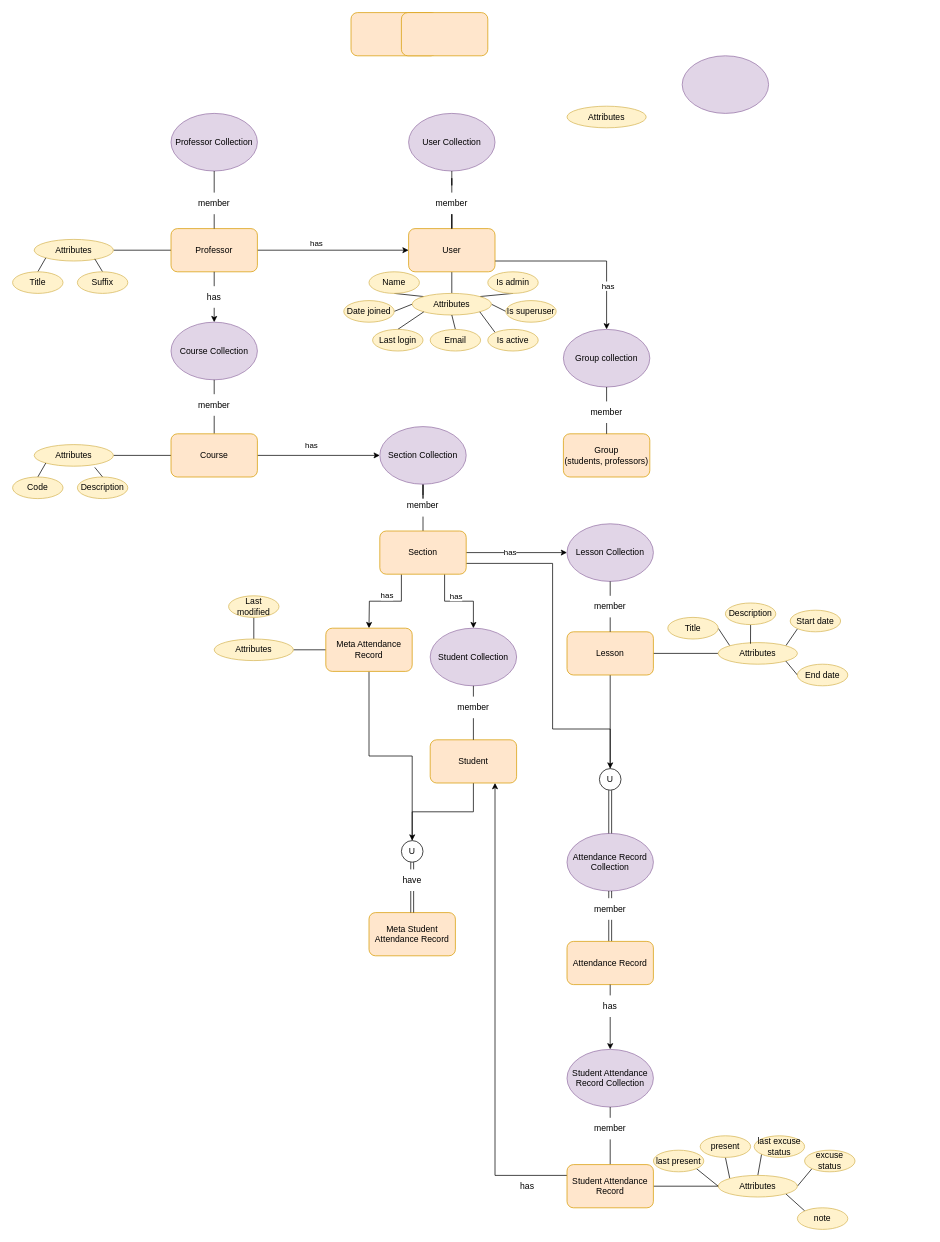
Earlier version of the draw.io diagram ClassManager_Ontology.drawio (haasr/ia-diagrams). Source tidied: cells renumbered, new cells numbered last; positions are measured from the earlier drawing's top-left corner, leaving out a move shared by most shapes. Both pictures are drawn from the tidied source at 72%, with x=0, y=0 at pixel (12, 12).
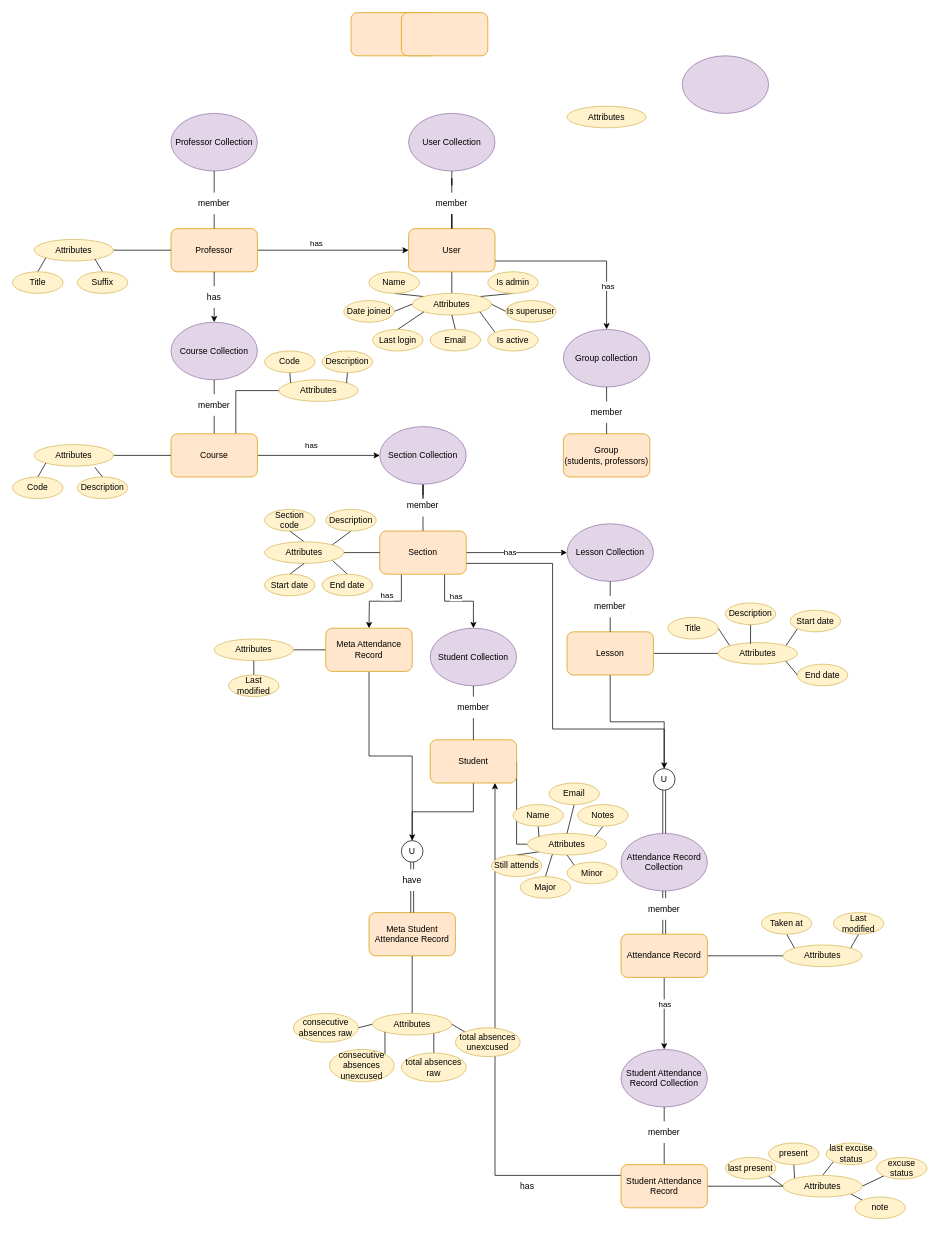
After the change.

The change refers to these unchanged cells:
```xml
<mxCell id="18" value="Course" style="rounded=1;whiteSpace=wrap;html=1;fillColor=#ffe6cc;strokeColor=#d79b00;" parent="1" vertex="1">
  <mxGeometry x="220" y="585" width="120" height="60" as="geometry" />
</mxCell>
<mxCell id="33" value="Section" style="rounded=1;whiteSpace=wrap;html=1;fillColor=#ffe6cc;strokeColor=#d79b00;" parent="1" vertex="1">
  <mxGeometry x="510" y="720" width="120" height="60" as="geometry" />
</mxCell>
<mxCell id="38" value="Meta Student Attendance Record" style="rounded=1;whiteSpace=wrap;html=1;fillColor=#ffe6cc;strokeColor=#d79b00;" parent="1" vertex="1">
  <mxGeometry x="495" y="1250" width="120" height="60" as="geometry" />
</mxCell>
<mxCell id="54" value="Student" style="rounded=1;whiteSpace=wrap;html=1;fillColor=#ffe6cc;strokeColor=#d79b00;" parent="1" vertex="1">
  <mxGeometry x="580" y="1010" width="120" height="60" as="geometry" />
</mxCell>
<mxCell id="102" value="Attributes" style="ellipse;whiteSpace=wrap;html=1;fillColor=#fff2cc;strokeColor=#d6b656;" parent="1" vertex="1">
  <mxGeometry x="280" y="870" width="110" height="30" as="geometry" />
</mxCell>
```

What changed in the source:
```diff
@@
+    <mxCell id="137" style="edgeStyle=orthogonalEdgeStyle;rounded=0;jettySize=auto;html=1;exitX=0.75;exitY=0;exitDx=0;exitDy=0;entryX=0;entryY=0.5;entryDx=0;entryDy=0;endArrow=none;endFill=0;" parent="1" edge="1" source="18" target="181">
+      <mxGeometry relative="1" as="geometry" />
+    </mxCell>
@@
+    <mxCell id="138" style="edgeStyle=orthogonalEdgeStyle;rounded=0;jettySize=auto;html=1;exitX=0.5;exitY=1;exitDx=0;exitDy=0;entryX=0.5;entryY=0;entryDx=0;entryDy=0;endArrow=none;endFill=0;" parent="1" edge="1" source="38" target="146">
+      <mxGeometry relative="1" as="geometry" />
+    </mxCell>
@@
     <mxCell id="46" value="Attendance Record Collection" style="ellipse;whiteSpace=wrap;html=1;fillColor=#e1d5e7;strokeColor=#9673a6;" parent="1" vertex="1">
-      <mxGeometry x="770" y="1140" width="120" height="80" as="geometry" />
+      <mxGeometry x="845" y="1140" width="120" height="80" as="geometry" />
     </mxCell>
@@
+    <mxCell id="139" style="edgeStyle=orthogonalEdgeStyle;rounded=0;jettySize=auto;html=1;exitX=1;exitY=0.5;exitDx=0;exitDy=0;entryX=0;entryY=0.5;entryDx=0;entryDy=0;endArrow=none;endFill=0;" parent="1" edge="1" source="54" target="154">
+      <mxGeometry relative="1" as="geometry">
+        <Array as="points">
+          <mxPoint x="700" y="1155" />
+        </Array>
+      </mxGeometry>
+    </mxCell>
@@
-    <mxCell id="101" style="edgeStyle=orthogonalEdgeStyle;rounded=0;jettySize=auto;html=1;exitX=0.5;exitY=0;exitDx=0;exitDy=0;entryX=0.5;entryY=1;entryDx=0;entryDy=0;endArrow=none;endFill=0;" parent="1" edge="1" source="102" target="103">
-      <mxGeometry relative="1" as="geometry" />
-    </mxCell>
@@
-    <mxCell id="103" value="Last modified" style="ellipse;whiteSpace=wrap;html=1;fillColor=#fff2cc;strokeColor=#d6b656;" parent="1" vertex="1">
-      <mxGeometry x="300" y="810" width="70" height="30" as="geometry" />
-    </mxCell>
@@
-    <mxCell id="110" style="edgeStyle=orthogonalEdgeStyle;rounded=0;jettySize=auto;html=1;exitX=0.5;exitY=1;exitDx=0;exitDy=0;entryX=0.5;entryY=0;entryDx=0;entryDy=0;startArrow=none;" parent="1" edge="1" source="119" target="117">
-      <mxGeometry relative="1" as="geometry" />
-    </mxCell>
+    <mxCell id="140" style="edgeStyle=orthogonalEdgeStyle;rounded=0;jettySize=auto;html=1;exitX=0.5;exitY=1;exitDx=0;exitDy=0;entryX=0.5;entryY=0;entryDx=0;entryDy=0;" parent="1" edge="1" source="111" target="117">
+      <mxGeometry relative="1" as="geometry" />
+    </mxCell>
+    <mxCell id="119" value="has" style="edgeLabel;html=1;align=center;verticalAlign=middle;points=[];" parent="140" vertex="1">
+      <mxGeometry x="-0.28" y="3" relative="1" as="geometry">
+        <mxPoint x="-3" as="offset" />
+      </mxGeometry>
+    </mxCell>
+    <mxCell id="141" style="edgeStyle=orthogonalEdgeStyle;rounded=0;jettySize=auto;html=1;exitX=1;exitY=0.5;exitDx=0;exitDy=0;entryX=0;entryY=0.5;entryDx=0;entryDy=0;endArrow=none;endFill=0;" parent="1" edge="1" source="111" target="166">
+      <mxGeometry relative="1" as="geometry" />
+    </mxCell>
     <mxCell id="111" value="Attendance Record" style="rounded=1;whiteSpace=wrap;html=1;fillColor=#ffe6cc;strokeColor=#d79b00;" parent="1" vertex="1">
-      <mxGeometry x="770" y="1290" width="120" height="60" as="geometry" />
+      <mxGeometry x="845" y="1280" width="120" height="60" as="geometry" />
     </mxCell>
@@
     <mxCell id="113" value="U" style="ellipse;whiteSpace=wrap;html=1;" parent="1" vertex="1">
-      <mxGeometry x="815" y="1050" width="30" height="30" as="geometry" />
+      <mxGeometry x="890" y="1050" width="30" height="30" as="geometry" />
     </mxCell>
@@
     <mxCell id="115" value="member" style="text;html=1;strokeColor=none;fillColor=none;align=center;verticalAlign=middle;whiteSpace=wrap;rounded=0;" parent="1" vertex="1">
-      <mxGeometry x="800" y="1230" width="60" height="30" as="geometry" />
+      <mxGeometry x="875" y="1230" width="60" height="30" as="geometry" />
     </mxCell>
@@
     <mxCell id="117" value="Student Attendance Record Collection" style="ellipse;whiteSpace=wrap;html=1;fillColor=#e1d5e7;strokeColor=#9673a6;" parent="1" vertex="1">
-      <mxGeometry x="770" y="1440" width="120" height="80" as="geometry" />
+      <mxGeometry x="845" y="1440" width="120" height="80" as="geometry" />
     </mxCell>
-    <mxCell id="118" style="edgeStyle=orthogonalEdgeStyle;rounded=0;jettySize=auto;html=1;exitX=0.5;exitY=1;exitDx=0;exitDy=0;entryX=0.5;entryY=0;entryDx=0;entryDy=0;endArrow=none;" parent="1" edge="1" source="111" target="119">
-      <mxGeometry relative="1" as="geometry" />
-    </mxCell>
-    <mxCell id="119" value="has" style="text;html=1;strokeColor=none;fillColor=none;align=center;verticalAlign=middle;whiteSpace=wrap;rounded=0;" parent="1" vertex="1">
-      <mxGeometry x="800" y="1365" width="60" height="30" as="geometry" />
-    </mxCell>
@@
     <mxCell id="122" value="Student Attendance Record" style="rounded=1;whiteSpace=wrap;html=1;fillColor=#ffe6cc;strokeColor=#d79b00;" parent="1" vertex="1">
-      <mxGeometry x="770" y="1600" width="120" height="60" as="geometry" />
+      <mxGeometry x="845" y="1600" width="120" height="60" as="geometry" />
     </mxCell>
-    <mxCell id="123" style="edgeStyle=orthogonalEdgeStyle;rounded=0;jettySize=auto;html=1;exitX=0.5;exitY=1;exitDx=0;exitDy=0;entryX=0.5;entryY=0;entryDx=0;entryDy=0;endArrow=none;endFill=0;" parent="1" edge="1" source="117" target="124">
-      <mxGeometry relative="1" as="geometry" />
-    </mxCell>
-    <mxCell id="124" value="member" style="text;html=1;strokeColor=none;fillColor=none;align=center;verticalAlign=middle;whiteSpace=wrap;rounded=0;" parent="1" vertex="1">
-      <mxGeometry x="800" y="1535" width="60" height="30" as="geometry" />
-    </mxCell>
@@
     <mxCell id="130" value="Attributes" style="ellipse;whiteSpace=wrap;html=1;fillColor=#fff2cc;strokeColor=#d6b656;" parent="1" vertex="1">
-      <mxGeometry x="980" y="1615" width="110" height="30" as="geometry" />
+      <mxGeometry x="1070" y="1615" width="110" height="30" as="geometry" />
     </mxCell>
     <mxCell id="131" value="present" style="ellipse;whiteSpace=wrap;html=1;fillColor=#fff2cc;strokeColor=#d6b656;" parent="1" vertex="1">
-      <mxGeometry x="955" y="1560" width="70" height="30" as="geometry" />
+      <mxGeometry x="1050" y="1570" width="70" height="30" as="geometry" />
     </mxCell>
     <mxCell id="132" value="last excuse status" style="ellipse;whiteSpace=wrap;html=1;fillColor=#fff2cc;strokeColor=#d6b656;" parent="1" vertex="1">
-      <mxGeometry x="1030" y="1560" width="70" height="30" as="geometry" />
+      <mxGeometry x="1130" y="1570" width="70" height="30" as="geometry" />
     </mxCell>
@@
     <mxCell id="134" value="last present" style="ellipse;whiteSpace=wrap;html=1;fillColor=#fff2cc;strokeColor=#d6b656;" parent="1" vertex="1">
-      <mxGeometry x="890" y="1580" width="70" height="30" as="geometry" />
+      <mxGeometry x="990" y="1590" width="70" height="30" as="geometry" />
     </mxCell>
     <mxCell id="135" value="excuse status" style="ellipse;whiteSpace=wrap;html=1;fillColor=#fff2cc;strokeColor=#d6b656;" parent="1" vertex="1">
-      <mxGeometry x="1100" y="1580" width="70" height="30" as="geometry" />
+      <mxGeometry x="1200" y="1590" width="70" height="30" as="geometry" />
     </mxCell>
     <mxCell id="136" value="note" style="ellipse;whiteSpace=wrap;html=1;fillColor=#fff2cc;strokeColor=#d6b656;" parent="1" vertex="1">
-      <mxGeometry x="1090" y="1660" width="70" height="30" as="geometry" />
+      <mxGeometry x="1170" y="1645" width="70" height="30" as="geometry" />
     </mxCell>
+    <mxCell id="142" style="rounded=0;jettySize=auto;html=1;exitX=0;exitY=0.5;exitDx=0;exitDy=0;entryX=1;entryY=0.5;entryDx=0;entryDy=0;endArrow=none;endFill=0;" parent="1" edge="1" source="146" target="148">
+      <mxGeometry relative="1" as="geometry" />
+    </mxCell>
+    <mxCell id="143" style="rounded=0;jettySize=auto;html=1;exitX=1;exitY=0.5;exitDx=0;exitDy=0;entryX=0;entryY=0;entryDx=0;entryDy=0;endArrow=none;endFill=0;" parent="1" edge="1" source="146" target="150">
+      <mxGeometry relative="1" as="geometry" />
+    </mxCell>
+    <mxCell id="144" style="edgeStyle=orthogonalEdgeStyle;rounded=0;jettySize=auto;html=1;exitX=0;exitY=1;exitDx=0;exitDy=0;entryX=1;entryY=0;entryDx=0;entryDy=0;endArrow=none;endFill=0;" parent="1" edge="1" source="146" target="147">
+      <mxGeometry relative="1" as="geometry" />
+    </mxCell>
+    <mxCell id="145" style="edgeStyle=orthogonalEdgeStyle;rounded=0;jettySize=auto;html=1;exitX=1;exitY=1;exitDx=0;exitDy=0;entryX=0.5;entryY=0;entryDx=0;entryDy=0;endArrow=none;endFill=0;" parent="1" edge="1" source="146" target="149">
+      <mxGeometry relative="1" as="geometry" />
+    </mxCell>
+    <mxCell id="146" value="Attributes" style="ellipse;whiteSpace=wrap;html=1;fillColor=#fff2cc;strokeColor=#d6b656;" parent="1" vertex="1">
+      <mxGeometry x="500" y="1390" width="110" height="30" as="geometry" />
+    </mxCell>
+    <mxCell id="147" value="consecutive absences unexcused" style="ellipse;whiteSpace=wrap;html=1;fillColor=#fff2cc;strokeColor=#d6b656;" parent="1" vertex="1">
+      <mxGeometry x="440" y="1440" width="90" height="45" as="geometry" />
+    </mxCell>
+    <mxCell id="148" value="consecutive absences raw" style="ellipse;whiteSpace=wrap;html=1;fillColor=#fff2cc;strokeColor=#d6b656;" parent="1" vertex="1">
+      <mxGeometry x="390" y="1390" width="90" height="40" as="geometry" />
+    </mxCell>
+    <mxCell id="149" value="total absences raw" style="ellipse;whiteSpace=wrap;html=1;fillColor=#fff2cc;strokeColor=#d6b656;" parent="1" vertex="1">
+      <mxGeometry x="540" y="1445" width="90" height="40" as="geometry" />
+    </mxCell>
+    <mxCell id="150" value="total absences unexcused" style="ellipse;whiteSpace=wrap;html=1;fillColor=#fff2cc;strokeColor=#d6b656;" parent="1" vertex="1">
+      <mxGeometry x="615" y="1410" width="90" height="40" as="geometry" />
+    </mxCell>
+    <mxCell id="123" style="edgeStyle=orthogonalEdgeStyle;rounded=0;jettySize=auto;html=1;exitX=0.5;exitY=1;exitDx=0;exitDy=0;entryX=0.5;entryY=0;entryDx=0;entryDy=0;endArrow=none;endFill=0;" parent="1" edge="1" source="117" target="124">
+      <mxGeometry relative="1" as="geometry" />
+    </mxCell>
+    <mxCell id="124" value="member" style="text;html=1;strokeColor=none;fillColor=none;align=center;verticalAlign=middle;whiteSpace=wrap;rounded=0;" parent="1" vertex="1">
+      <mxGeometry x="875" y="1540" width="60" height="30" as="geometry" />
+    </mxCell>
+    <mxCell id="151" style="rounded=0;jettySize=auto;html=1;exitX=1;exitY=0;exitDx=0;exitDy=0;entryX=0.5;entryY=1;entryDx=0;entryDy=0;endArrow=none;endFill=0;" parent="1" edge="1" source="154" target="160">
+      <mxGeometry relative="1" as="geometry" />
+    </mxCell>
+    <mxCell id="152" style="rounded=0;jettySize=auto;html=1;exitX=0;exitY=1;exitDx=0;exitDy=0;entryX=0.5;entryY=0;entryDx=0;entryDy=0;endArrow=none;endFill=0;" parent="1" edge="1" source="154" target="159">
+      <mxGeometry relative="1" as="geometry" />
+    </mxCell>
+    <mxCell id="153" style="rounded=0;jettySize=auto;html=1;exitX=0.5;exitY=1;exitDx=0;exitDy=0;entryX=0;entryY=0;entryDx=0;entryDy=0;endArrow=none;endFill=0;" parent="1" edge="1" source="154" target="163">
+      <mxGeometry relative="1" as="geometry" />
+    </mxCell>
+    <mxCell id="154" value="Attributes" style="ellipse;whiteSpace=wrap;html=1;fillColor=#fff2cc;strokeColor=#d6b656;" parent="1" vertex="1">
+      <mxGeometry x="715" y="1140" width="110" height="30" as="geometry" />
+    </mxCell>
+    <mxCell id="155" style="rounded=0;jettySize=auto;html=1;exitX=0.5;exitY=1;exitDx=0;exitDy=0;entryX=0;entryY=0;entryDx=0;entryDy=0;endArrow=none;endFill=0;" parent="1" edge="1" source="156" target="154">
+      <mxGeometry relative="1" as="geometry" />
+    </mxCell>
+    <mxCell id="156" value="Name" style="ellipse;whiteSpace=wrap;html=1;fillColor=#fff2cc;strokeColor=#d6b656;" parent="1" vertex="1">
+      <mxGeometry x="695" y="1100" width="70" height="30" as="geometry" />
+    </mxCell>
+    <mxCell id="157" style="rounded=0;jettySize=auto;html=1;exitX=0.5;exitY=1;exitDx=0;exitDy=0;entryX=0.5;entryY=0;entryDx=0;entryDy=0;endArrow=none;endFill=0;" parent="1" edge="1" source="158" target="154">
+      <mxGeometry relative="1" as="geometry" />
+    </mxCell>
+    <mxCell id="158" value="Email" style="ellipse;whiteSpace=wrap;html=1;fillColor=#fff2cc;strokeColor=#d6b656;" parent="1" vertex="1">
+      <mxGeometry x="745" y="1070" width="70" height="30" as="geometry" />
+    </mxCell>
+    <mxCell id="159" value="Still attends" style="ellipse;whiteSpace=wrap;html=1;fillColor=#fff2cc;strokeColor=#d6b656;" parent="1" vertex="1">
+      <mxGeometry x="665" y="1170" width="70" height="30" as="geometry" />
+    </mxCell>
+    <mxCell id="160" value="Notes" style="ellipse;whiteSpace=wrap;html=1;fillColor=#fff2cc;strokeColor=#d6b656;" parent="1" vertex="1">
+      <mxGeometry x="785" y="1100" width="70" height="30" as="geometry" />
+    </mxCell>
+    <mxCell id="161" style="rounded=0;jettySize=auto;html=1;exitX=0.5;exitY=0;exitDx=0;exitDy=0;entryX=0.315;entryY=0.969;entryDx=0;entryDy=0;entryPerimeter=0;endArrow=none;endFill=0;" parent="1" edge="1" source="162" target="154">
+      <mxGeometry relative="1" as="geometry" />
+    </mxCell>
+    <mxCell id="162" value="Major" style="ellipse;whiteSpace=wrap;html=1;fillColor=#fff2cc;strokeColor=#d6b656;" parent="1" vertex="1">
+      <mxGeometry x="705" y="1200" width="70" height="30" as="geometry" />
+    </mxCell>
+    <mxCell id="163" value="Minor" style="ellipse;whiteSpace=wrap;html=1;fillColor=#fff2cc;strokeColor=#d6b656;" parent="1" vertex="1">
+      <mxGeometry x="770" y="1180" width="70" height="30" as="geometry" />
+    </mxCell>
+    <mxCell id="164" style="rounded=0;jettySize=auto;html=1;exitX=0;exitY=0;exitDx=0;exitDy=0;entryX=0.5;entryY=1;entryDx=0;entryDy=0;endArrow=none;endFill=0;" parent="1" edge="1" source="166" target="167">
+      <mxGeometry relative="1" as="geometry" />
+    </mxCell>
+    <mxCell id="165" style="rounded=0;jettySize=auto;html=1;exitX=1;exitY=0;exitDx=0;exitDy=0;entryX=0.5;entryY=1;entryDx=0;entryDy=0;endArrow=none;endFill=0;" parent="1" edge="1" source="166" target="168">
+      <mxGeometry relative="1" as="geometry" />
+    </mxCell>
+    <mxCell id="166" value="Attributes" style="ellipse;whiteSpace=wrap;html=1;fillColor=#fff2cc;strokeColor=#d6b656;" parent="1" vertex="1">
+      <mxGeometry x="1070" y="1295" width="110" height="30" as="geometry" />
+    </mxCell>
+    <mxCell id="167" value="Taken at" style="ellipse;whiteSpace=wrap;html=1;fillColor=#fff2cc;strokeColor=#d6b656;" parent="1" vertex="1">
+      <mxGeometry x="1040" y="1250" width="70" height="30" as="geometry" />
+    </mxCell>
+    <mxCell id="168" value="Last modified" style="ellipse;whiteSpace=wrap;html=1;fillColor=#fff2cc;strokeColor=#d6b656;" parent="1" vertex="1">
+      <mxGeometry x="1140" y="1250" width="70" height="30" as="geometry" />
+    </mxCell>
+    <mxCell id="169" style="edgeStyle=orthogonalEdgeStyle;rounded=0;jettySize=auto;html=1;exitX=0.5;exitY=0;exitDx=0;exitDy=0;entryX=0.5;entryY=1;entryDx=0;entryDy=0;endArrow=none;endFill=0;" parent="1" edge="1" source="170" target="102">
+      <mxGeometry relative="1" as="geometry" />
+    </mxCell>
+    <mxCell id="170" value="Last modified" style="ellipse;whiteSpace=wrap;html=1;fillColor=#fff2cc;strokeColor=#d6b656;" parent="1" vertex="1">
+      <mxGeometry x="300" y="920" width="70" height="30" as="geometry" />
+    </mxCell>
+    <mxCell id="171" style="edgeStyle=orthogonalEdgeStyle;rounded=0;jettySize=auto;html=1;exitX=1;exitY=0.5;exitDx=0;exitDy=0;entryX=0;entryY=0.5;entryDx=0;entryDy=0;endArrow=none;endFill=0;" parent="1" edge="1" source="175" target="33">
+      <mxGeometry relative="1" as="geometry" />
+    </mxCell>
+    <mxCell id="172" style="rounded=0;jettySize=auto;html=1;exitX=1;exitY=0;exitDx=0;exitDy=0;entryX=0.5;entryY=1;entryDx=0;entryDy=0;endArrow=none;endFill=0;" parent="1" edge="1" source="175" target="176">
+      <mxGeometry relative="1" as="geometry" />
+    </mxCell>
+    <mxCell id="173" style="rounded=0;jettySize=auto;html=1;exitX=1;exitY=1;exitDx=0;exitDy=0;entryX=0.5;entryY=0;entryDx=0;entryDy=0;endArrow=none;endFill=0;" parent="1" edge="1" source="175" target="179">
+      <mxGeometry relative="1" as="geometry" />
+    </mxCell>
+    <mxCell id="174" style="rounded=0;jettySize=auto;html=1;exitX=0.5;exitY=0;exitDx=0;exitDy=0;entryX=0.5;entryY=1;entryDx=0;entryDy=0;endArrow=none;endFill=0;" parent="1" edge="1" source="175" target="180">
+      <mxGeometry relative="1" as="geometry" />
+    </mxCell>
+    <mxCell id="175" value="Attributes" style="ellipse;whiteSpace=wrap;html=1;fillColor=#fff2cc;strokeColor=#d6b656;" parent="1" vertex="1">
+      <mxGeometry x="350" y="735" width="110" height="30" as="geometry" />
+    </mxCell>
+    <mxCell id="176" value="Description" style="ellipse;whiteSpace=wrap;html=1;fillColor=#fff2cc;strokeColor=#d6b656;" parent="1" vertex="1">
+      <mxGeometry x="435" y="690" width="70" height="30" as="geometry" />
+    </mxCell>
+    <mxCell id="177" style="rounded=0;jettySize=auto;html=1;exitX=0.5;exitY=0;exitDx=0;exitDy=0;entryX=0.5;entryY=1;entryDx=0;entryDy=0;endArrow=none;endFill=0;" parent="1" edge="1" source="178" target="175">
+      <mxGeometry relative="1" as="geometry" />
+    </mxCell>
+    <mxCell id="178" value="Start date" style="ellipse;whiteSpace=wrap;html=1;fillColor=#fff2cc;strokeColor=#d6b656;" parent="1" vertex="1">
+      <mxGeometry x="350" y="780" width="70" height="30" as="geometry" />
+    </mxCell>
+    <mxCell id="179" value="End date" style="ellipse;whiteSpace=wrap;html=1;fillColor=#fff2cc;strokeColor=#d6b656;" parent="1" vertex="1">
+      <mxGeometry x="430" y="780" width="70" height="30" as="geometry" />
+    </mxCell>
+    <mxCell id="180" value="Section code" style="ellipse;whiteSpace=wrap;html=1;fillColor=#fff2cc;strokeColor=#d6b656;" parent="1" vertex="1">
+      <mxGeometry x="350" y="690" width="70" height="30" as="geometry" />
+    </mxCell>
+    <mxCell id="181" value="Attributes" style="ellipse;whiteSpace=wrap;html=1;fillColor=#fff2cc;strokeColor=#d6b656;" parent="1" vertex="1">
+      <mxGeometry x="370" y="510" width="110" height="30" as="geometry" />
+    </mxCell>
+    <mxCell id="182" style="rounded=0;jettySize=auto;html=1;exitX=0.5;exitY=1;exitDx=0;exitDy=0;entryX=0;entryY=0;entryDx=0;entryDy=0;endArrow=none;endFill=0;" parent="1" edge="1" source="183" target="181">
+      <mxGeometry relative="1" as="geometry" />
+    </mxCell>
+    <mxCell id="183" value="Code" style="ellipse;whiteSpace=wrap;html=1;fillColor=#fff2cc;strokeColor=#d6b656;" parent="1" vertex="1">
+      <mxGeometry x="350" y="470" width="70" height="30" as="geometry" />
+    </mxCell>
+    <mxCell id="184" style="rounded=0;jettySize=auto;html=1;exitX=0.5;exitY=1;exitDx=0;exitDy=0;entryX=1;entryY=0;entryDx=0;entryDy=0;endArrow=none;endFill=0;" parent="1" edge="1" source="185" target="181">
+      <mxGeometry relative="1" as="geometry" />
+    </mxCell>
+    <mxCell id="185" value="Description" style="ellipse;whiteSpace=wrap;html=1;fillColor=#fff2cc;strokeColor=#d6b656;" parent="1" vertex="1">
+      <mxGeometry x="430" y="470" width="70" height="30" as="geometry" />
+    </mxCell>
```
